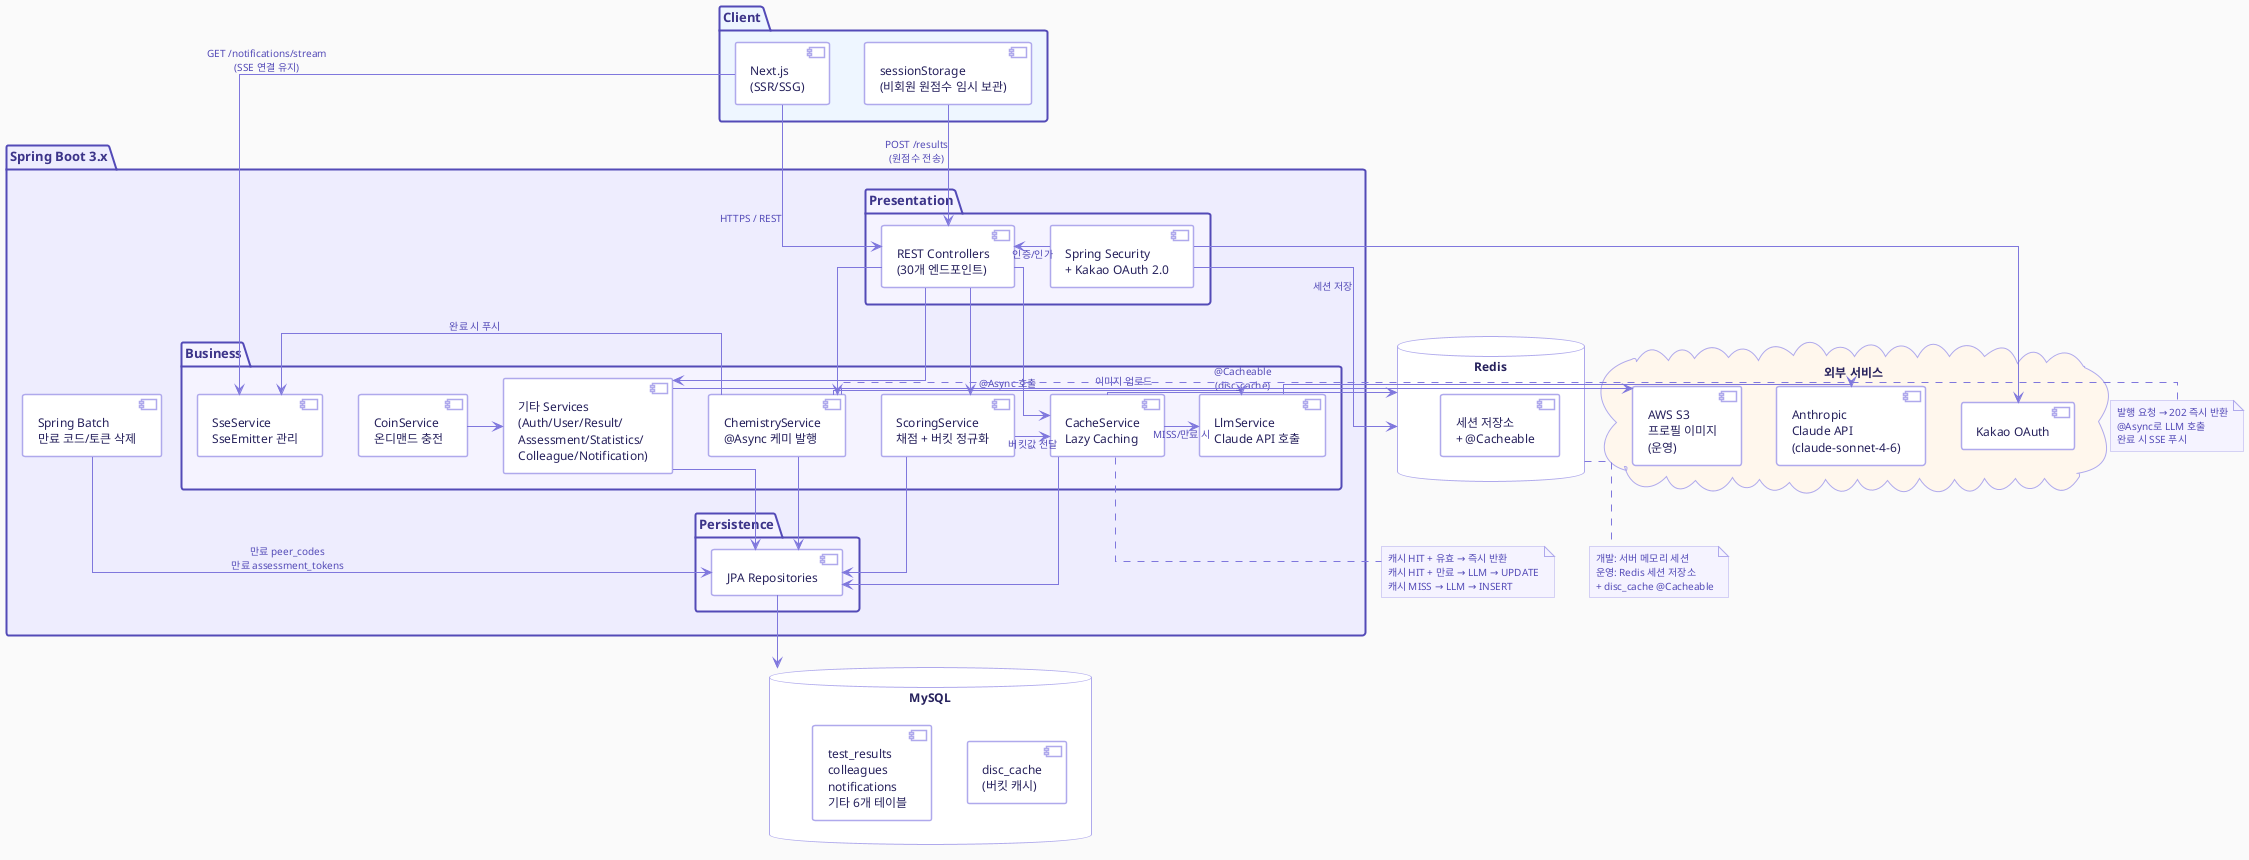
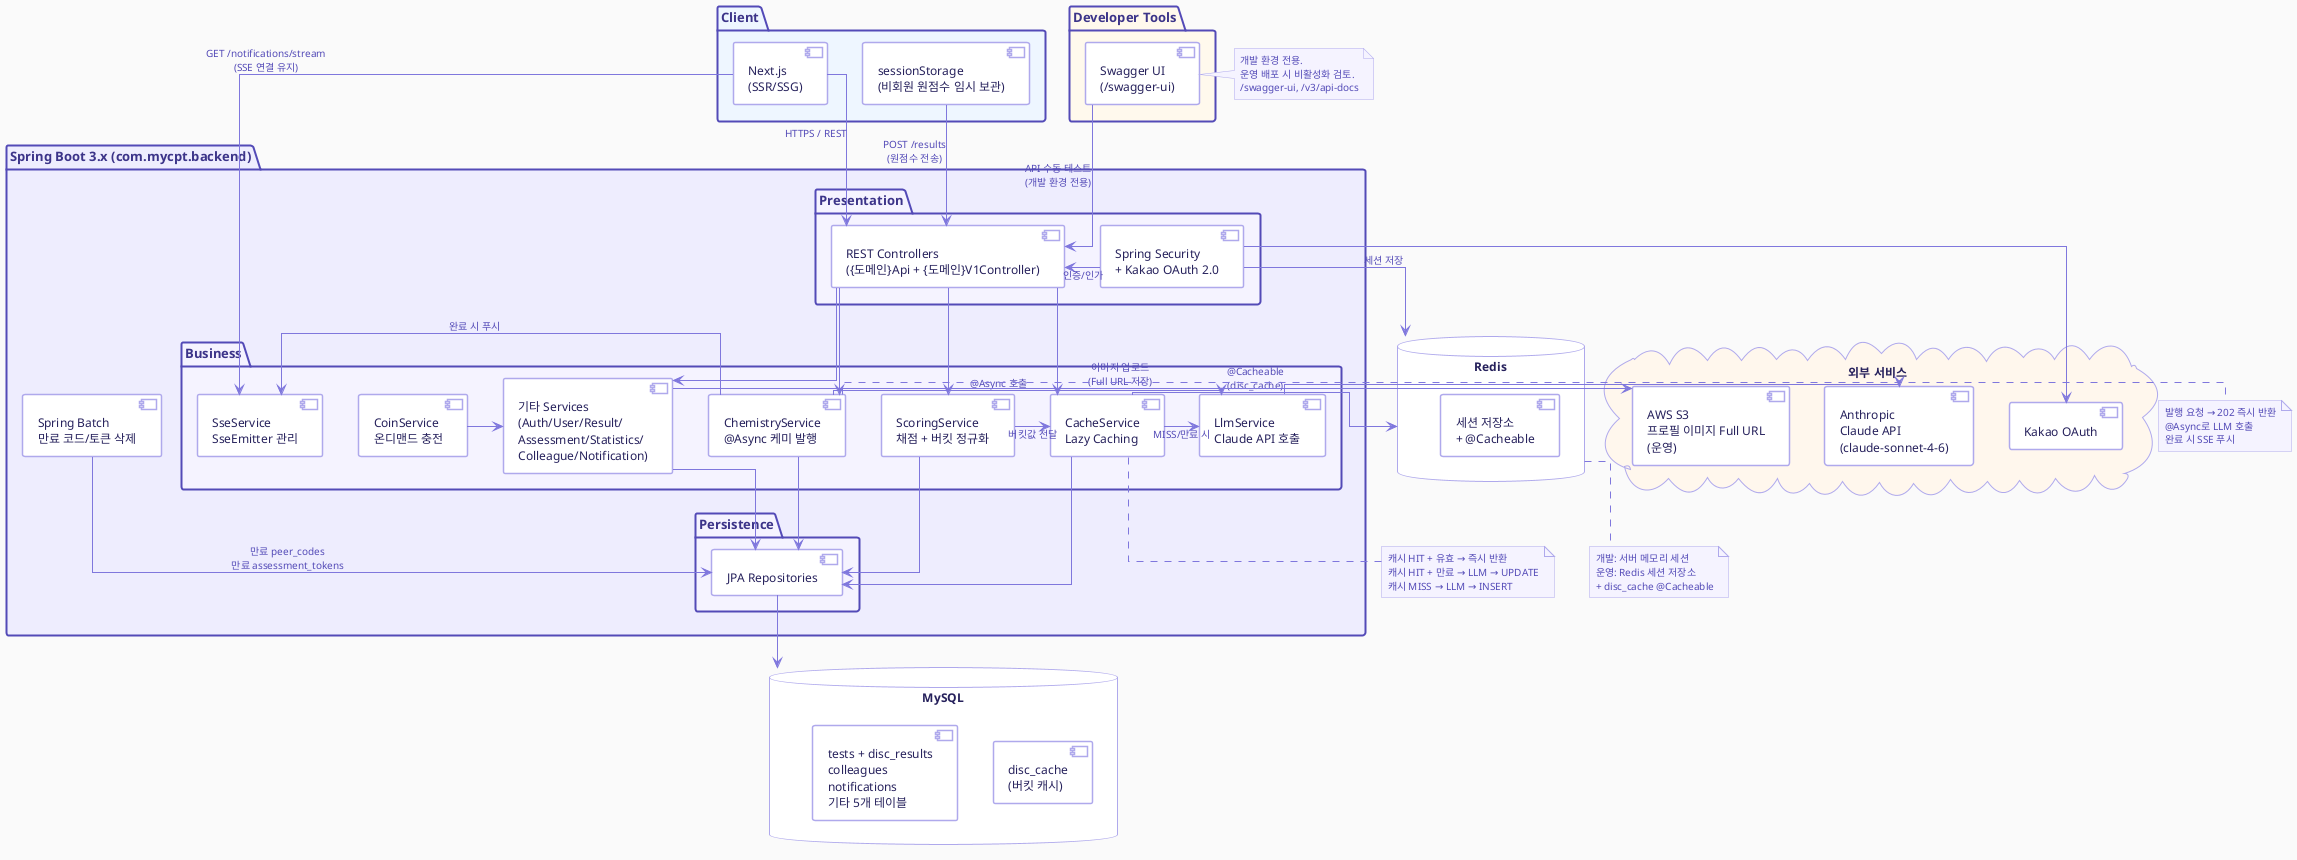
@startuml MyCPT_Architecture

skinparam backgroundColor #FAFAFA
skinparam defaultFontName "Apple SD Gothic Neo, sans-serif"
skinparam defaultFontSize 12
skinparam defaultFontColor #26215C

skinparam component {
  BackgroundColor #FFFFFF
  BorderColor #AFA9EC
  BorderThickness 1.5
  FontColor #26215C
  FontSize 12
  ArrowColor #7F77DD
  ArrowFontColor #534AB7
  ArrowFontSize 10
}

skinparam package {
  BackgroundColor #EEEDFE
  BorderColor #534AB7
  BorderThickness 2
  FontColor #3C3489
  FontSize 13
  FontStyle bold
}

skinparam database {
  BackgroundColor #FFFFFF
  BorderColor #AFA9EC
  FontColor #26215C
}

skinparam cloud {
  BackgroundColor #FFFFFF
  BorderColor #AFA9EC
  FontColor #26215C
}

skinparam note {
  BackgroundColor #F5F3FF
  BorderColor #AFA9EC
  FontColor #534AB7
  FontSize 10
}

skinparam linetype ortho

+ ' ── 변경: Developer Tools 패키지 추가 ──────────────────────────────────────
+ package "Developer Tools" #FFF9ED {
+   [Swagger UI\n(/swagger-ui)] as Swagger
+ }
+ 
package "Client" #EEF6FF {
  [Next.js\n(SSR/SSG)] as NextJS
  [sessionStorage\n(비회원 원점수 임시 보관)] as Session
}

- package "Spring Boot 3.x" #EEEDFE {
+ package "Spring Boot 3.x (com.mycpt.backend)" #EEEDFE {
+ ' ── 변경: 패키지 루트 명시 ──────────────────────────────────────────────────

  package "Presentation" #F5F3FF {
-     [REST Controllers\n(30개 엔드포인트)] as Controllers
+     [REST Controllers\n({도메인}Api + {도메인}V1Controller)] as Controllers
+ ' ── 변경: Interface + V1Controller 구조 명시 ──────────────────────────────
    [Spring Security\n+ Kakao OAuth 2.0] as Security
  }

  package "Business" #F5F3FF {
    [ScoringService\n채점 + 버킷 정규화] as Scoring
    [CacheService\nLazy Caching] as Cache
    [LlmService\nClaude API 호출] as Llm
    [ChemistryService\n@Async 케미 발행] as Chemistry
    [SseService\nSseEmitter 관리] as Sse
    [CoinService\n온디맨드 충전] as Coin
    [기타 Services\n(Auth/User/Result/\nAssessment/Statistics/\nColleague/Notification)] as OtherServices
  }

  package "Persistence" #F5F3FF {
    [JPA Repositories] as Repos
  }

  [Spring Batch\n만료 코드/토큰 삭제] as Batch
}

database "MySQL" as MySQL {
  [disc_cache\n(버킷 캐시)] as DiscCache
-   [test_results\ncolleagues\nnotifications\n기타 6개 테이블] as OtherTables
+   [tests + disc_results\ncolleagues\nnotifications\n기타 5개 테이블] as OtherTables
+ ' ── 변경: test_results → tests + disc_results (v0.5 DDL 반영) ─────────────
}

database "Redis" as Redis {
  [세션 저장소\n+ @Cacheable] as RedisData
}

cloud "외부 서비스" #FFF7ED {
  [Anthropic\nClaude API\n(claude-sonnet-4-6)] as ClaudeAPI
  [Kakao OAuth] as Kakao
-   [AWS S3\n프로필 이미지\n(운영)] as S3
+   [AWS S3\n프로필 이미지 Full URL\n(운영)] as S3
+ ' ── 변경: Full URL 저장 방식 명시 ────────────────────────────────────────
}
+ 
+ ' ── 변경: Swagger → Controllers 연결 추가 ──────────────────────────────────
+ Swagger  -down-> Controllers : API 수동 테스트\n(개발 환경 전용)

' Client ↔ Spring Boot
NextJS   -down-> Controllers : HTTPS / REST
NextJS   -down-> Sse         : GET /notifications/stream\n(SSE 연결 유지)
Session  -down-> Controllers : POST /results\n(원점수 전송)

' Security
Security -right-> Controllers : 인증/인가

' Controller → Service
Controllers -down-> Scoring
Controllers -down-> Cache
Controllers -down-> Chemistry
Controllers -down-> OtherServices

' Service 내부 흐름
Scoring     -right-> Cache       : 버킷값 전달
Cache       -right-> Llm         : MISS/만료 시
Chemistry   -right-> Llm         : @Async 호출
Chemistry   -right-> Sse         : 완료 시 푸시
Coin        -right-> OtherServices

' Service → Repository
Scoring         -down-> Repos
Cache           -down-> Repos
OtherServices   -down-> Repos
Chemistry       -down-> Repos

' Repository → DB
Repos -down-> MySQL

' Redis
Cache         -right-> Redis : @Cacheable\n(disc_cache)
Security      -right-> Redis : 세션 저장

' 외부 연동
- Llm       -right-> ClaudeAPI
- Security  -down->  Kakao
- OtherServices -right-> S3   : 이미지 업로드
+ Llm           -right-> ClaudeAPI
+ Security      -down->  Kakao
+ OtherServices -right-> S3    : 이미지 업로드\n(Full URL 저장)
+ ' ── 변경: Full URL 저장 명시 ─────────────────────────────────────────────

' Batch
Batch -down-> Repos : 만료 peer_codes\n만료 assessment_tokens

note bottom of Cache
  캐시 HIT + 유효 → 즉시 반환
  캐시 HIT + 만료 → LLM → UPDATE
  캐시 MISS → LLM → INSERT
end note

note right of Chemistry
  발행 요청 → 202 즉시 반환
  @Async로 LLM 호출
  완료 시 SSE 푸시
end note

note bottom of Redis
  개발: 서버 메모리 세션
  운영: Redis 세션 저장소
  + disc_cache @Cacheable
end note

- @enduml
+ ' ── 변경: Swagger 관련 note 추가 ────────────────────────────────────────────
+ note right of Swagger
+   개발 환경 전용.
+   운영 배포 시 비활성화 검토.
+   /swagger-ui, /v3/api-docs
+ end note
+ 
+ @enduml